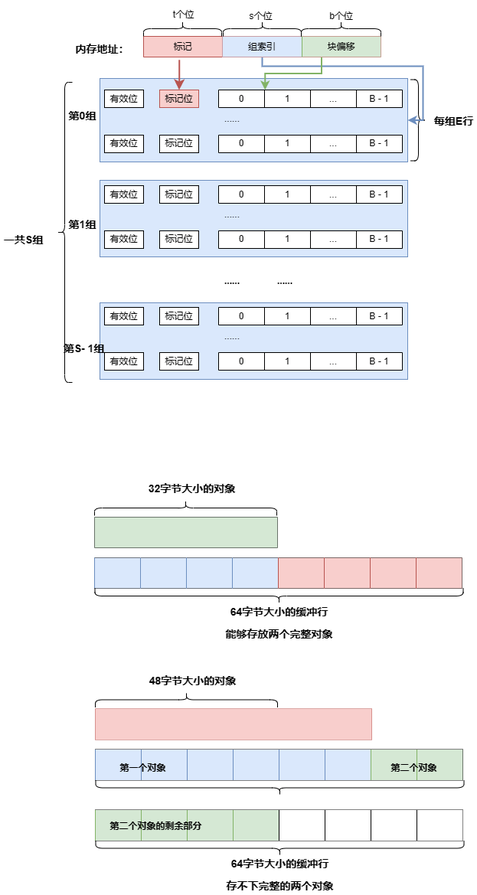
The draw.io diagram OS/Cache相关.drawio.png in SixPlusAndTimes/drawio, before a commit. Source tidied: cells renumbered, new cells last; positions are measured from the earlier drawing's top-left corner, leaving out a move shared by most shapes.
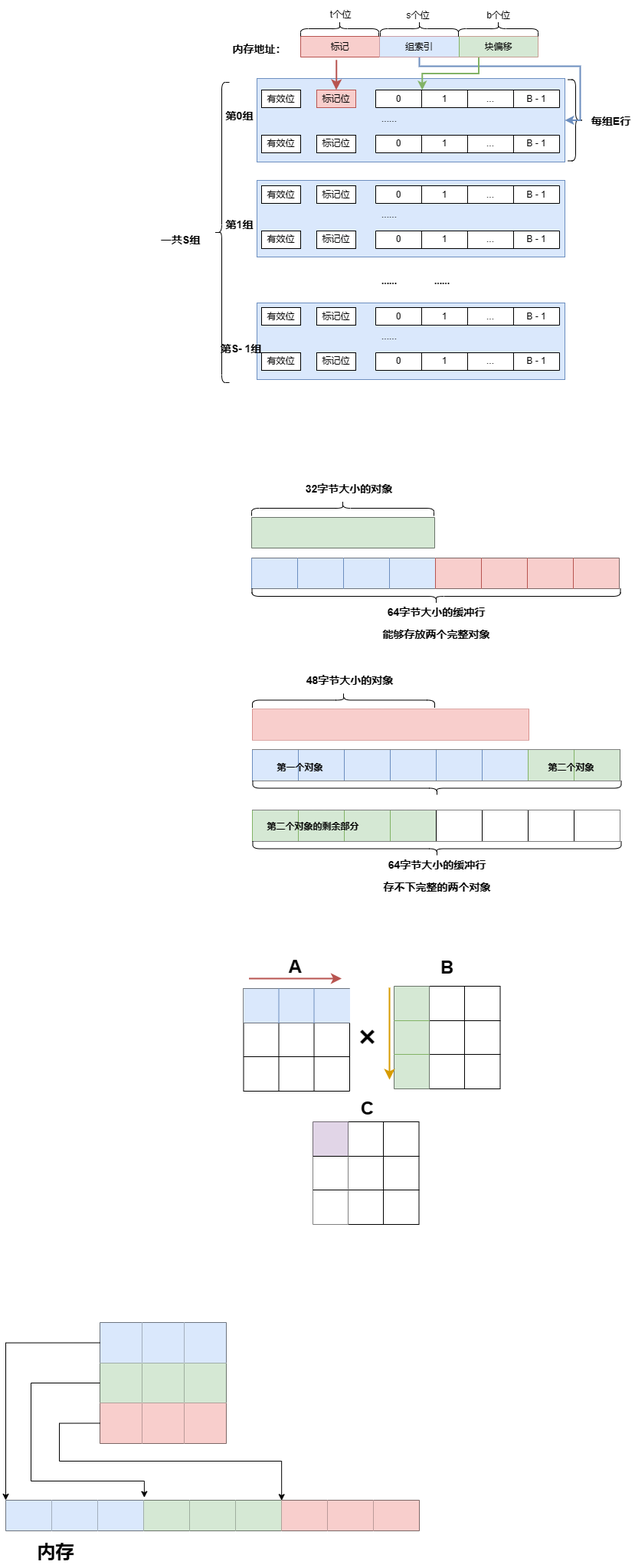
Later version of the same file.

What changed in the source:
```diff
@@ -386,5 +386,246 @@
     <mxCell id="127" value="&lt;font style=&quot;font-size: 11px;&quot;&gt;第二个对象的剩余部分&lt;/font&gt;" style="text;strokeColor=none;fillColor=none;html=1;fontSize=24;fontStyle=1;verticalAlign=middle;align=center;" parent="1" vertex="1">
       <mxGeometry x="173" y="1077" width="59" height="26" as="geometry" />
     </mxCell>
+    <mxCell id="128" style="shape=table;startSize=0;" parent="1" vertex="1">
+      <mxGeometry x="112.5" y="1305" width="138.5" height="134" as="geometry" />
+    </mxCell>
+    <mxCell id="129" style="shape=tableRow;horizontal=0;startSize=0;swimlaneHead=0;swimlaneBody=0;strokeColor=inherit;top=0;left=0;bottom=0;right=0;fillColor=none;" parent="128" vertex="1">
+      <mxGeometry width="138.5" height="45" as="geometry" />
+    </mxCell>
+    <mxCell id="130" style="shape=partialRectangle;html=1;whiteSpace=wrap;strokeColor=#6c8ebf;overflow=hidden;fillColor=#dae8fc;top=0;left=0;bottom=0;right=0;" parent="129" vertex="1">
+      <mxGeometry width="46" height="45" as="geometry" />
+    </mxCell>
+    <mxCell id="131" style="shape=partialRectangle;html=1;whiteSpace=wrap;strokeColor=#6c8ebf;overflow=hidden;fillColor=#dae8fc;top=0;left=1;bottom=0;right=0;" parent="129" vertex="1">
+      <mxGeometry x="46" width="46" height="45" as="geometry" />
+    </mxCell>
+    <mxCell id="132" style="shape=partialRectangle;html=1;whiteSpace=wrap;strokeColor=#6c8ebf;overflow=hidden;fillColor=#dae8fc;top=0;left=1;bottom=0;right=0;" parent="129" vertex="1">
+      <mxGeometry x="92" width="47" height="45" as="geometry" />
+    </mxCell>
+    <mxCell id="133" style="shape=tableRow;horizontal=0;startSize=0;swimlaneHead=0;swimlaneBody=0;strokeColor=inherit;top=0;left=0;bottom=0;right=0;fillColor=none;" parent="128" vertex="1">
+      <mxGeometry y="45" width="138.5" height="44" as="geometry" />
+    </mxCell>
+    <mxCell id="134" style="shape=partialRectangle;html=1;whiteSpace=wrap;strokeColor=inherit;overflow=hidden;fillColor=none;top=0;left=0;bottom=0;right=0;" parent="133" vertex="1">
+      <mxGeometry width="46" height="44" as="geometry" />
+    </mxCell>
+    <mxCell id="135" style="shape=partialRectangle;html=1;whiteSpace=wrap;strokeColor=inherit;overflow=hidden;fillColor=none;top=0;left=0;bottom=0;right=0;" parent="133" vertex="1">
+      <mxGeometry x="46" width="46" height="44" as="geometry" />
+    </mxCell>
+    <mxCell id="136" style="shape=partialRectangle;html=1;whiteSpace=wrap;strokeColor=inherit;overflow=hidden;fillColor=none;top=0;left=0;bottom=0;right=0;" parent="133" vertex="1">
+      <mxGeometry x="92" width="47" height="44" as="geometry" />
+    </mxCell>
+    <mxCell id="137" style="shape=tableRow;horizontal=0;startSize=0;swimlaneHead=0;swimlaneBody=0;strokeColor=inherit;top=0;left=0;bottom=0;right=0;fillColor=none;" parent="128" vertex="1">
+      <mxGeometry y="89" width="138.5" height="45" as="geometry" />
+    </mxCell>
+    <mxCell id="138" style="shape=partialRectangle;html=1;whiteSpace=wrap;strokeColor=inherit;overflow=hidden;fillColor=none;top=0;left=0;bottom=0;right=0;" parent="137" vertex="1">
+      <mxGeometry width="46" height="45" as="geometry" />
+    </mxCell>
+    <mxCell id="139" style="shape=partialRectangle;html=1;whiteSpace=wrap;strokeColor=inherit;overflow=hidden;fillColor=none;top=0;left=0;bottom=0;right=0;" parent="137" vertex="1">
+      <mxGeometry x="46" width="46" height="45" as="geometry" />
+    </mxCell>
+    <mxCell id="140" style="shape=partialRectangle;html=1;whiteSpace=wrap;strokeColor=inherit;overflow=hidden;fillColor=none;top=0;left=0;bottom=0;right=0;" parent="137" vertex="1">
+      <mxGeometry x="92" width="47" height="45" as="geometry" />
+    </mxCell>
+    <mxCell id="141" style="shape=table;startSize=0;" parent="1" vertex="1">
+      <mxGeometry x="309" y="1302" width="138.5" height="134" as="geometry" />
+    </mxCell>
+    <mxCell id="142" style="shape=tableRow;horizontal=0;startSize=0;swimlaneHead=0;swimlaneBody=0;strokeColor=inherit;top=0;left=0;bottom=0;right=0;fillColor=none;" parent="141" vertex="1">
+      <mxGeometry width="138.5" height="45" as="geometry" />
+    </mxCell>
+    <mxCell id="143" style="shape=partialRectangle;html=1;whiteSpace=wrap;strokeColor=#82b366;overflow=hidden;fillColor=#d5e8d4;top=0;left=0;bottom=0;right=0;" parent="142" vertex="1">
+      <mxGeometry width="46" height="45" as="geometry" />
+    </mxCell>
+    <mxCell id="144" style="shape=partialRectangle;html=1;whiteSpace=wrap;strokeColor=inherit;overflow=hidden;fillColor=none;top=0;left=0;bottom=0;right=0;" parent="142" vertex="1">
+      <mxGeometry x="46" width="46" height="45" as="geometry" />
+    </mxCell>
+    <mxCell id="145" style="shape=partialRectangle;html=1;whiteSpace=wrap;strokeColor=inherit;overflow=hidden;fillColor=none;top=0;left=0;bottom=0;right=0;" parent="142" vertex="1">
+      <mxGeometry x="92" width="47" height="45" as="geometry" />
+    </mxCell>
+    <mxCell id="146" style="shape=tableRow;horizontal=0;startSize=0;swimlaneHead=0;swimlaneBody=0;strokeColor=inherit;top=0;left=0;bottom=0;right=0;fillColor=none;" parent="141" vertex="1">
+      <mxGeometry y="45" width="138.5" height="44" as="geometry" />
+    </mxCell>
+    <mxCell id="147" style="shape=partialRectangle;html=1;whiteSpace=wrap;strokeColor=#82b366;overflow=hidden;fillColor=#d5e8d4;top=1;left=0;bottom=0;right=0;" parent="146" vertex="1">
+      <mxGeometry width="46" height="44" as="geometry" />
+    </mxCell>
+    <mxCell id="148" style="shape=partialRectangle;html=1;whiteSpace=wrap;strokeColor=inherit;overflow=hidden;fillColor=none;top=0;left=0;bottom=0;right=0;" parent="146" vertex="1">
+      <mxGeometry x="46" width="46" height="44" as="geometry" />
+    </mxCell>
+    <mxCell id="149" style="shape=partialRectangle;html=1;whiteSpace=wrap;strokeColor=inherit;overflow=hidden;fillColor=none;top=0;left=0;bottom=0;right=0;" parent="146" vertex="1">
+      <mxGeometry x="92" width="47" height="44" as="geometry" />
+    </mxCell>
+    <mxCell id="150" style="shape=tableRow;horizontal=0;startSize=0;swimlaneHead=0;swimlaneBody=0;strokeColor=inherit;top=0;left=0;bottom=0;right=0;fillColor=none;" parent="141" vertex="1">
+      <mxGeometry y="89" width="138.5" height="45" as="geometry" />
+    </mxCell>
+    <mxCell id="151" style="shape=partialRectangle;html=1;whiteSpace=wrap;strokeColor=#82b366;overflow=hidden;fillColor=#d5e8d4;top=1;left=0;bottom=0;right=0;" parent="150" vertex="1">
+      <mxGeometry width="46" height="45" as="geometry" />
+    </mxCell>
+    <mxCell id="152" style="shape=partialRectangle;html=1;whiteSpace=wrap;strokeColor=inherit;overflow=hidden;fillColor=none;top=0;left=0;bottom=0;right=0;" parent="150" vertex="1">
+      <mxGeometry x="46" width="46" height="45" as="geometry" />
+    </mxCell>
+    <mxCell id="153" style="shape=partialRectangle;html=1;whiteSpace=wrap;strokeColor=inherit;overflow=hidden;fillColor=none;top=0;left=0;bottom=0;right=0;" parent="150" vertex="1">
+      <mxGeometry x="92" width="47" height="45" as="geometry" />
+    </mxCell>
+    <mxCell id="154" value="A" style="text;strokeColor=none;fillColor=none;html=1;fontSize=24;fontStyle=1;verticalAlign=middle;align=center;" parent="1" vertex="1">
+      <mxGeometry x="130" y="1257" width="100" height="40" as="geometry" />
+    </mxCell>
+    <mxCell id="155" value="B" style="text;strokeColor=none;fillColor=none;html=1;fontSize=24;fontStyle=1;verticalAlign=middle;align=center;" parent="1" vertex="1">
+      <mxGeometry x="327.5" y="1258" width="100" height="40" as="geometry" />
+    </mxCell>
+    <mxCell id="156" value="✖" style="text;strokeColor=none;fillColor=none;html=1;fontSize=24;fontStyle=1;verticalAlign=middle;align=center;" parent="1" vertex="1">
+      <mxGeometry x="224" y="1349" width="100" height="40" as="geometry" />
+    </mxCell>
+    <mxCell id="157" style="endArrow=classic;html=1;rounded=0;endSize=8;startSize=8;strokeWidth=2;fillColor=#f8cecc;strokeColor=#b85450;" parent="1" edge="1">
+      <mxGeometry relative="1" as="geometry">
+        <mxPoint x="119.5" y="1292" as="sourcePoint" />
+        <mxPoint x="240.5" y="1292" as="targetPoint" />
+      </mxGeometry>
+    </mxCell>
+    <mxCell id="158" style="endArrow=classic;html=1;rounded=0;endSize=8;startSize=8;strokeWidth=2;fillColor=#ffe6cc;strokeColor=#d79b00;" parent="1" edge="1">
+      <mxGeometry relative="1" as="geometry">
+        <mxPoint x="303" y="1304" as="sourcePoint" />
+        <mxPoint x="303" y="1424" as="targetPoint" />
+      </mxGeometry>
+    </mxCell>
+    <mxCell id="159" style="shape=table;startSize=0;" parent="1" vertex="1">
+      <mxGeometry x="203" y="1479" width="138.5" height="134" as="geometry" />
+    </mxCell>
+    <mxCell id="160" style="shape=tableRow;horizontal=0;startSize=0;swimlaneHead=0;swimlaneBody=0;strokeColor=inherit;top=0;left=0;bottom=0;right=0;fillColor=none;" parent="159" vertex="1">
+      <mxGeometry width="138.5" height="45" as="geometry" />
+    </mxCell>
+    <mxCell id="161" style="shape=partialRectangle;html=1;whiteSpace=wrap;strokeColor=#9673a6;overflow=hidden;fillColor=#e1d5e7;top=0;left=0;bottom=0;right=0;" parent="160" vertex="1">
+      <mxGeometry width="46" height="45" as="geometry" />
+    </mxCell>
+    <mxCell id="162" style="shape=partialRectangle;html=1;whiteSpace=wrap;strokeColor=inherit;overflow=hidden;fillColor=none;top=0;left=0;bottom=0;right=0;" parent="160" vertex="1">
+      <mxGeometry x="46" width="46" height="45" as="geometry" />
+    </mxCell>
+    <mxCell id="163" style="shape=partialRectangle;html=1;whiteSpace=wrap;strokeColor=inherit;overflow=hidden;fillColor=none;top=0;left=0;bottom=0;right=0;" parent="160" vertex="1">
+      <mxGeometry x="92" width="47" height="45" as="geometry" />
+    </mxCell>
+    <mxCell id="164" style="shape=tableRow;horizontal=0;startSize=0;swimlaneHead=0;swimlaneBody=0;strokeColor=inherit;top=0;left=0;bottom=0;right=0;fillColor=none;" parent="159" vertex="1">
+      <mxGeometry y="45" width="138.5" height="44" as="geometry" />
+    </mxCell>
+    <mxCell id="165" style="shape=partialRectangle;html=1;whiteSpace=wrap;overflow=hidden;top=1;left=0;bottom=0;right=0;" parent="164" vertex="1">
+      <mxGeometry width="46" height="44" as="geometry" />
+    </mxCell>
+    <mxCell id="166" style="shape=partialRectangle;html=1;whiteSpace=wrap;strokeColor=inherit;overflow=hidden;fillColor=none;top=0;left=0;bottom=0;right=0;" parent="164" vertex="1">
+      <mxGeometry x="46" width="46" height="44" as="geometry" />
+    </mxCell>
+    <mxCell id="167" style="shape=partialRectangle;html=1;whiteSpace=wrap;strokeColor=inherit;overflow=hidden;fillColor=none;top=0;left=0;bottom=0;right=0;" parent="164" vertex="1">
+      <mxGeometry x="92" width="47" height="44" as="geometry" />
+    </mxCell>
+    <mxCell id="168" style="shape=tableRow;horizontal=0;startSize=0;swimlaneHead=0;swimlaneBody=0;strokeColor=inherit;top=0;left=0;bottom=0;right=0;fillColor=none;" parent="159" vertex="1">
+      <mxGeometry y="89" width="138.5" height="45" as="geometry" />
+    </mxCell>
+    <mxCell id="169" style="shape=partialRectangle;html=1;whiteSpace=wrap;overflow=hidden;top=1;left=0;bottom=0;right=0;" parent="168" vertex="1">
+      <mxGeometry width="46" height="45" as="geometry" />
+    </mxCell>
+    <mxCell id="170" style="shape=partialRectangle;html=1;whiteSpace=wrap;strokeColor=inherit;overflow=hidden;fillColor=none;top=0;left=0;bottom=0;right=0;" parent="168" vertex="1">
+      <mxGeometry x="46" width="46" height="45" as="geometry" />
+    </mxCell>
+    <mxCell id="171" style="shape=partialRectangle;html=1;whiteSpace=wrap;strokeColor=inherit;overflow=hidden;fillColor=none;top=0;left=0;bottom=0;right=0;" parent="168" vertex="1">
+      <mxGeometry x="92" width="47" height="45" as="geometry" />
+    </mxCell>
+    <mxCell id="172" value="C" style="text;strokeColor=none;fillColor=none;html=1;fontSize=24;fontStyle=1;verticalAlign=middle;align=center;" parent="1" vertex="1">
+      <mxGeometry x="224" y="1442" width="100" height="40" as="geometry" />
+    </mxCell>
+    <mxCell id="173" style="shape=table;startSize=0;" parent="1" vertex="1">
+      <mxGeometry x="-75" y="1741" width="165" height="158" as="geometry" />
+    </mxCell>
+    <mxCell id="174" style="shape=tableRow;horizontal=0;startSize=0;swimlaneHead=0;swimlaneBody=0;strokeColor=inherit;top=0;left=0;bottom=0;right=0;fillColor=none;points=[[0,0.5],[1,0.5]];portConstraint=eastwest;" parent="173" vertex="1">
+      <mxGeometry width="165" height="53" as="geometry" />
+    </mxCell>
+    <mxCell id="175" style="shape=partialRectangle;html=1;whiteSpace=wrap;strokeColor=#6c8ebf;overflow=hidden;fillColor=#dae8fc;top=0;left=0;bottom=0;right=0;" parent="174" vertex="1">
+      <mxGeometry width="55" height="53" as="geometry" />
+    </mxCell>
+    <mxCell id="176" style="shape=partialRectangle;html=1;whiteSpace=wrap;strokeColor=#6c8ebf;overflow=hidden;fillColor=#dae8fc;top=0;left=0;bottom=0;right=0;" parent="174" vertex="1">
+      <mxGeometry x="55" width="55" height="53" as="geometry" />
+    </mxCell>
+    <mxCell id="177" style="shape=partialRectangle;html=1;whiteSpace=wrap;strokeColor=#6c8ebf;overflow=hidden;fillColor=#dae8fc;top=0;left=0;bottom=0;right=0;" parent="174" vertex="1">
+      <mxGeometry x="110" width="55" height="53" as="geometry" />
+    </mxCell>
+    <mxCell id="178" style="shape=tableRow;horizontal=0;startSize=0;swimlaneHead=0;swimlaneBody=0;strokeColor=inherit;top=0;left=0;bottom=0;right=0;fillColor=none;points=[[0,0.5],[1,0.5]];portConstraint=eastwest;" parent="173" vertex="1">
+      <mxGeometry y="53" width="165" height="52" as="geometry" />
+    </mxCell>
+    <mxCell id="179" style="shape=partialRectangle;html=1;whiteSpace=wrap;strokeColor=#82b366;overflow=hidden;fillColor=#d5e8d4;top=0;left=0;bottom=0;right=0;" parent="178" vertex="1">
+      <mxGeometry width="55" height="52" as="geometry" />
+    </mxCell>
+    <mxCell id="180" style="shape=partialRectangle;html=1;whiteSpace=wrap;strokeColor=#82b366;overflow=hidden;fillColor=#d5e8d4;top=0;left=0;bottom=0;right=0;" parent="178" vertex="1">
+      <mxGeometry x="55" width="55" height="52" as="geometry" />
+    </mxCell>
+    <mxCell id="181" style="shape=partialRectangle;html=1;whiteSpace=wrap;strokeColor=#82b366;overflow=hidden;fillColor=#d5e8d4;top=0;left=0;bottom=0;right=0;" parent="178" vertex="1">
+      <mxGeometry x="110" width="55" height="52" as="geometry" />
+    </mxCell>
+    <mxCell id="182" style="shape=tableRow;horizontal=0;startSize=0;swimlaneHead=0;swimlaneBody=0;strokeColor=inherit;top=0;left=0;bottom=0;right=0;fillColor=none;points=[[0,0.5],[1,0.5]];portConstraint=eastwest;" parent="173" vertex="1">
+      <mxGeometry y="105" width="165" height="53" as="geometry" />
+    </mxCell>
+    <mxCell id="183" style="shape=partialRectangle;html=1;whiteSpace=wrap;strokeColor=#b85450;overflow=hidden;fillColor=#f8cecc;top=0;left=0;bottom=0;right=0;" parent="182" vertex="1">
+      <mxGeometry width="55" height="53" as="geometry" />
+    </mxCell>
+    <mxCell id="184" style="shape=partialRectangle;html=1;whiteSpace=wrap;strokeColor=#b85450;overflow=hidden;fillColor=#f8cecc;top=0;left=0;bottom=0;right=0;" parent="182" vertex="1">
+      <mxGeometry x="55" width="55" height="53" as="geometry" />
+    </mxCell>
+    <mxCell id="185" style="shape=partialRectangle;html=1;whiteSpace=wrap;strokeColor=#b85450;overflow=hidden;fillColor=#f8cecc;top=0;left=0;bottom=0;right=0;" parent="182" vertex="1">
+      <mxGeometry x="110" width="55" height="53" as="geometry" />
+    </mxCell>
+    <mxCell id="186" style="shape=table;startSize=0;" parent="1" vertex="1">
+      <mxGeometry x="-198" y="1973" width="540" height="40" as="geometry" />
+    </mxCell>
+    <mxCell id="187" style="shape=tableRow;horizontal=0;startSize=0;swimlaneHead=0;swimlaneBody=0;strokeColor=inherit;top=0;left=0;bottom=0;right=0;fillColor=none;" parent="186" vertex="1">
+      <mxGeometry width="540" height="40" as="geometry" />
+    </mxCell>
+    <mxCell id="188" style="shape=partialRectangle;html=1;whiteSpace=wrap;strokeColor=#6c8ebf;overflow=hidden;fillColor=#dae8fc;top=0;left=0;bottom=0;right=0;" parent="187" vertex="1">
+      <mxGeometry width="60" height="40" as="geometry" />
+    </mxCell>
+    <mxCell id="189" style="shape=partialRectangle;html=1;whiteSpace=wrap;strokeColor=#6c8ebf;overflow=hidden;fillColor=#dae8fc;top=0;left=0;bottom=0;right=0;" parent="187" vertex="1">
+      <mxGeometry x="60" width="60" height="40" as="geometry" />
+    </mxCell>
+    <mxCell id="190" style="shape=partialRectangle;html=1;whiteSpace=wrap;strokeColor=#6c8ebf;overflow=hidden;fillColor=#dae8fc;top=0;left=0;bottom=0;right=0;" parent="187" vertex="1">
+      <mxGeometry x="120" width="60" height="40" as="geometry" />
+    </mxCell>
+    <mxCell id="191" style="shape=partialRectangle;html=1;whiteSpace=wrap;strokeColor=#82b366;overflow=hidden;fillColor=#d5e8d4;top=0;left=0;bottom=0;right=0;" parent="187" vertex="1">
+      <mxGeometry x="180" width="60" height="40" as="geometry" />
+    </mxCell>
+    <mxCell id="192" style="shape=partialRectangle;html=1;whiteSpace=wrap;strokeColor=#82b366;overflow=hidden;fillColor=#d5e8d4;top=0;left=0;bottom=0;right=0;" parent="187" vertex="1">
+      <mxGeometry x="240" width="60" height="40" as="geometry" />
+    </mxCell>
+    <mxCell id="193" style="shape=partialRectangle;html=1;whiteSpace=wrap;strokeColor=#82b366;overflow=hidden;fillColor=#d5e8d4;top=0;left=0;bottom=0;right=0;" parent="187" vertex="1">
+      <mxGeometry x="300" width="60" height="40" as="geometry" />
+    </mxCell>
+    <mxCell id="194" style="shape=partialRectangle;html=1;whiteSpace=wrap;strokeColor=#b85450;overflow=hidden;fillColor=#f8cecc;top=0;left=0;bottom=0;right=0;" parent="187" vertex="1">
+      <mxGeometry x="360" width="60" height="40" as="geometry" />
+    </mxCell>
+    <mxCell id="195" style="shape=partialRectangle;html=1;whiteSpace=wrap;strokeColor=#b85450;overflow=hidden;fillColor=#f8cecc;top=0;left=0;bottom=0;right=0;" parent="187" vertex="1">
+      <mxGeometry x="420" width="60" height="40" as="geometry" />
+    </mxCell>
+    <mxCell id="196" style="shape=partialRectangle;html=1;whiteSpace=wrap;strokeColor=#b85450;overflow=hidden;fillColor=#f8cecc;top=0;left=0;bottom=0;right=0;" parent="187" vertex="1">
+      <mxGeometry x="480" width="60" height="40" as="geometry" />
+    </mxCell>
+    <mxCell id="197" value="内存" style="text;strokeColor=none;fillColor=none;html=1;fontSize=24;fontStyle=1;verticalAlign=middle;align=center;" parent="1" vertex="1">
+      <mxGeometry x="-183" y="2021" width="100" height="40" as="geometry" />
+    </mxCell>
+    <mxCell id="198" style="edgeStyle=orthogonalEdgeStyle;rounded=0;jettySize=auto;html=1;exitX=0;exitY=0.5;exitDx=0;exitDy=0;entryX=0;entryY=0;entryDx=0;entryDy=0;" parent="1" edge="1" source="174" target="186">
+      <mxGeometry relative="1" as="geometry">
+        <Array as="points">
+          <mxPoint x="-198" y="1768" />
+        </Array>
+      </mxGeometry>
+    </mxCell>
+    <mxCell id="199" style="edgeStyle=orthogonalEdgeStyle;rounded=0;jettySize=auto;html=1;exitX=0;exitY=0.5;exitDx=0;exitDy=0;entryX=0.335;entryY=-0.084;entryDx=0;entryDy=0;entryPerimeter=0;" parent="1" edge="1" source="178" target="186">
+      <mxGeometry relative="1" as="geometry">
+        <Array as="points">
+          <mxPoint x="-165" y="1820" />
+          <mxPoint x="-165" y="1948" />
+          <mxPoint x="-17" y="1948" />
+        </Array>
+      </mxGeometry>
+    </mxCell>
+    <mxCell id="200" style="edgeStyle=orthogonalEdgeStyle;rounded=0;jettySize=auto;html=1;exitX=0;exitY=0.5;exitDx=0;exitDy=0;entryX=0.667;entryY=0.011;entryDx=0;entryDy=0;entryPerimeter=0;" parent="1" edge="1" source="182" target="186">
+      <mxGeometry relative="1" as="geometry">
+        <Array as="points">
+          <mxPoint x="-128" y="1873" />
+          <mxPoint x="-128" y="1922" />
+          <mxPoint x="162" y="1922" />
+        </Array>
+      </mxGeometry>
+    </mxCell>
   </root>
 </mxGraphModel>
```
